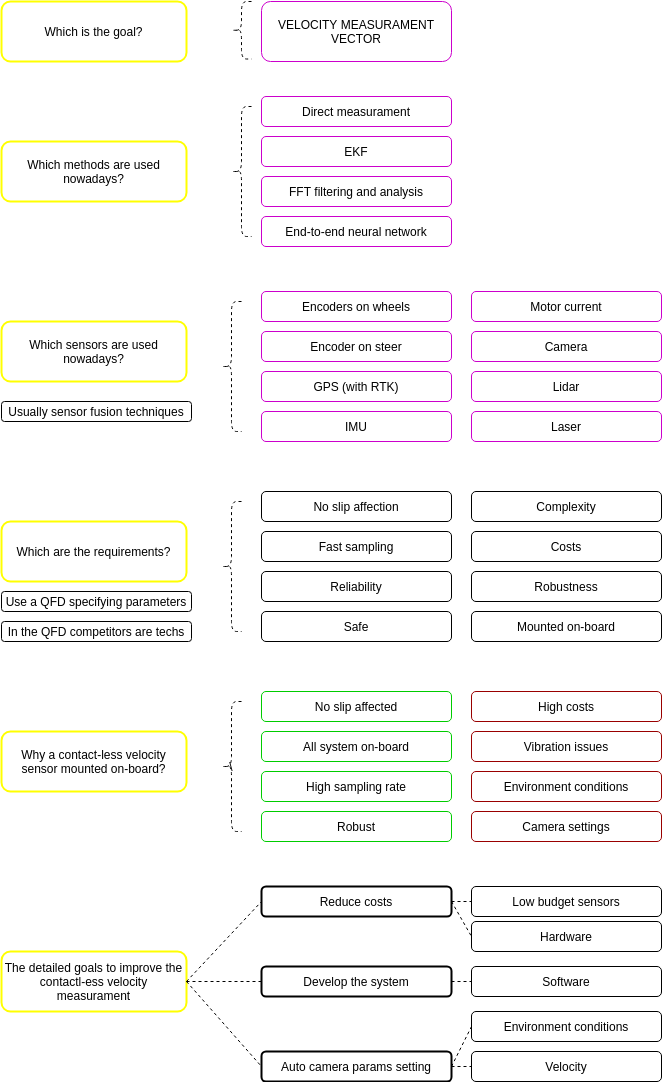
The draw.io diagram flow.png in MatteoSpadetto/race_dv_velocity, before a commit. Source tidied: cells renumbered, new cells last; positions are measured from the earlier drawing's top-left corner, leaving out a move shared by most shapes.
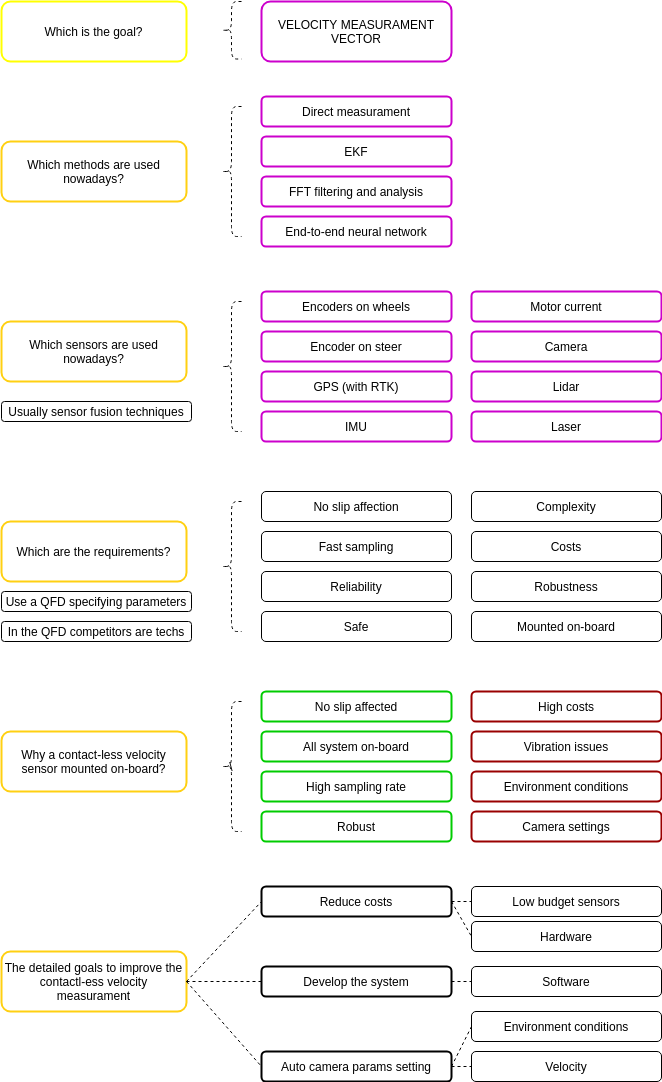
After the change.

The edit, as a diff of the source:
```diff
@@ -5,55 +5,55 @@
     <mxCell id="2" value="Which is the goal?" style="whiteSpace=wrap;html=1;rounded=1;strokeColor=#FFFF00;strokeWidth=2;" parent="1" vertex="1">
       <mxGeometry width="185" height="60" as="geometry" />
     </mxCell>
-    <mxCell id="3" value="Which methods are used nowadays?" style="whiteSpace=wrap;html=1;rounded=1;strokeColor=#FFFF00;strokeWidth=2;" parent="1" vertex="1">
+    <mxCell id="3" value="Which methods are used nowadays?" style="whiteSpace=wrap;html=1;rounded=1;strokeWidth=2;strokeColor=#FFD012;" parent="1" vertex="1">
       <mxGeometry y="140" width="185" height="60" as="geometry" />
     </mxCell>
-    <mxCell id="4" value="VELOCITY MEASURAMENT VECTOR" style="whiteSpace=wrap;html=1;rounded=1;strokeColor=#CC00CC;" parent="1" vertex="1">
+    <mxCell id="4" value="VELOCITY MEASURAMENT VECTOR" style="whiteSpace=wrap;html=1;rounded=1;strokeColor=#CC00CC;strokeWidth=2;" parent="1" vertex="1">
       <mxGeometry x="260" width="190" height="60" as="geometry" />
     </mxCell>
-    <mxCell id="5" value="Encoders on wheels" style="whiteSpace=wrap;html=1;rounded=1;strokeColor=#CC00CC;" parent="1" vertex="1">
+    <mxCell id="5" value="Encoders on wheels" style="whiteSpace=wrap;html=1;rounded=1;strokeColor=#CC00CC;strokeWidth=2;" parent="1" vertex="1">
       <mxGeometry x="260" y="290" width="190" height="30" as="geometry" />
     </mxCell>
-    <mxCell id="6" value="GPS (with RTK)" style="whiteSpace=wrap;html=1;rounded=1;strokeColor=#CC00CC;" parent="1" vertex="1">
+    <mxCell id="6" value="GPS (with RTK)" style="whiteSpace=wrap;html=1;rounded=1;strokeColor=#CC00CC;strokeWidth=2;" parent="1" vertex="1">
       <mxGeometry x="260" y="370" width="190" height="30" as="geometry" />
     </mxCell>
-    <mxCell id="7" value="EKF" style="whiteSpace=wrap;html=1;rounded=1;strokeColor=#CC00CC;" parent="1" vertex="1">
+    <mxCell id="7" value="EKF" style="whiteSpace=wrap;html=1;rounded=1;strokeColor=#CC00CC;strokeWidth=2;" parent="1" vertex="1">
       <mxGeometry x="260" y="135" width="190" height="30" as="geometry" />
     </mxCell>
-    <mxCell id="8" value="End-to-end neural network" style="whiteSpace=wrap;html=1;rounded=1;strokeColor=#CC00CC;" parent="1" vertex="1">
+    <mxCell id="8" value="End-to-end neural network" style="whiteSpace=wrap;html=1;rounded=1;strokeColor=#CC00CC;strokeWidth=2;" parent="1" vertex="1">
       <mxGeometry x="260" y="215" width="190" height="30" as="geometry" />
     </mxCell>
-    <mxCell id="9" value="Direct measurament" style="whiteSpace=wrap;html=1;rounded=1;strokeColor=#CC00CC;" parent="1" vertex="1">
+    <mxCell id="9" value="Direct measurament" style="whiteSpace=wrap;html=1;rounded=1;strokeColor=#CC00CC;strokeWidth=2;" parent="1" vertex="1">
       <mxGeometry x="260" y="95" width="190" height="30" as="geometry" />
     </mxCell>
-    <mxCell id="10" value="Which sensors are used nowadays?" style="whiteSpace=wrap;html=1;rounded=1;strokeColor=#FFFF00;strokeWidth=2;" parent="1" vertex="1">
+    <mxCell id="10" value="Which sensors are used nowadays?" style="whiteSpace=wrap;html=1;rounded=1;strokeWidth=2;strokeColor=#FFD012;" parent="1" vertex="1">
       <mxGeometry y="320" width="185" height="60" as="geometry" />
     </mxCell>
-    <mxCell id="11" value="FFT filtering and analysis" style="whiteSpace=wrap;html=1;rounded=1;strokeColor=#CC00CC;" parent="1" vertex="1">
+    <mxCell id="11" value="FFT filtering and analysis" style="whiteSpace=wrap;html=1;rounded=1;strokeColor=#CC00CC;strokeWidth=2;" parent="1" vertex="1">
       <mxGeometry x="260" y="175" width="190" height="30" as="geometry" />
     </mxCell>
-    <mxCell id="12" value="Laser" style="whiteSpace=wrap;html=1;rounded=1;strokeColor=#CC00CC;" parent="1" vertex="1">
+    <mxCell id="12" value="Laser" style="whiteSpace=wrap;html=1;rounded=1;strokeColor=#CC00CC;strokeWidth=2;" parent="1" vertex="1">
       <mxGeometry x="470" y="410" width="190" height="30" as="geometry" />
     </mxCell>
-    <mxCell id="13" value="IMU" style="whiteSpace=wrap;html=1;rounded=1;strokeColor=#CC00CC;" parent="1" vertex="1">
+    <mxCell id="13" value="IMU" style="whiteSpace=wrap;html=1;rounded=1;strokeColor=#CC00CC;strokeWidth=2;" parent="1" vertex="1">
       <mxGeometry x="260" y="410" width="190" height="30" as="geometry" />
     </mxCell>
-    <mxCell id="14" value="Motor current" style="whiteSpace=wrap;html=1;rounded=1;strokeColor=#CC00CC;" parent="1" vertex="1">
+    <mxCell id="14" value="Motor current" style="whiteSpace=wrap;html=1;rounded=1;strokeColor=#CC00CC;strokeWidth=2;" parent="1" vertex="1">
       <mxGeometry x="470" y="290" width="190" height="30" as="geometry" />
     </mxCell>
     <mxCell id="15" value="Usually sensor fusion techniques" style="whiteSpace=wrap;html=1;rounded=1;" parent="1" vertex="1">
       <mxGeometry y="400" width="190" height="20" as="geometry" />
     </mxCell>
-    <mxCell id="16" value="Camera" style="whiteSpace=wrap;html=1;rounded=1;strokeColor=#CC00CC;" parent="1" vertex="1">
+    <mxCell id="16" value="Camera" style="whiteSpace=wrap;html=1;rounded=1;strokeColor=#CC00CC;strokeWidth=2;" parent="1" vertex="1">
       <mxGeometry x="470" y="330" width="190" height="30" as="geometry" />
     </mxCell>
-    <mxCell id="17" value="Lidar" style="whiteSpace=wrap;html=1;rounded=1;strokeColor=#CC00CC;" parent="1" vertex="1">
+    <mxCell id="17" value="Lidar" style="whiteSpace=wrap;html=1;rounded=1;strokeColor=#CC00CC;strokeWidth=2;" parent="1" vertex="1">
       <mxGeometry x="470" y="370" width="190" height="30" as="geometry" />
     </mxCell>
-    <mxCell id="18" value="Encoder on steer" style="whiteSpace=wrap;html=1;rounded=1;strokeColor=#CC00CC;" parent="1" vertex="1">
+    <mxCell id="18" value="Encoder on steer" style="whiteSpace=wrap;html=1;rounded=1;strokeColor=#CC00CC;strokeWidth=2;" parent="1" vertex="1">
       <mxGeometry x="260" y="330" width="190" height="30" as="geometry" />
     </mxCell>
-    <mxCell id="19" value="Which are the requirements?" style="whiteSpace=wrap;html=1;rounded=1;strokeColor=#FFFF00;strokeWidth=2;" parent="1" vertex="1">
+    <mxCell id="19" value="Which are the requirements?" style="whiteSpace=wrap;html=1;rounded=1;strokeWidth=2;strokeColor=#FFD012;" parent="1" vertex="1">
       <mxGeometry y="520" width="185" height="60" as="geometry" />
     </mxCell>
     <mxCell id="20" value="Use a QFD specifying parameters" style="whiteSpace=wrap;html=1;rounded=1;" parent="1" vertex="1">
@@ -86,34 +86,34 @@
     <mxCell id="29" value="Fast sampling" style="whiteSpace=wrap;html=1;rounded=1;" parent="1" vertex="1">
       <mxGeometry x="260" y="530" width="190" height="30" as="geometry" />
     </mxCell>
-    <mxCell id="30" value="Why a contact-less velocity sensor mounted on-board?" style="whiteSpace=wrap;html=1;rounded=1;strokeColor=#FFFF00;strokeWidth=2;" parent="1" vertex="1">
+    <mxCell id="30" value="Why a contact-less velocity sensor mounted on-board?" style="whiteSpace=wrap;html=1;rounded=1;strokeWidth=2;strokeColor=#FFD012;" parent="1" vertex="1">
       <mxGeometry y="730" width="185" height="60" as="geometry" />
     </mxCell>
-    <mxCell id="31" value="No slip affected" style="whiteSpace=wrap;html=1;rounded=1;strokeColor=#00CC00;" parent="1" vertex="1">
+    <mxCell id="31" value="No slip affected" style="whiteSpace=wrap;html=1;rounded=1;strokeColor=#00CC00;strokeWidth=2;" parent="1" vertex="1">
       <mxGeometry x="260" y="690" width="190" height="30" as="geometry" />
     </mxCell>
-    <mxCell id="32" value="High sampling rate" style="whiteSpace=wrap;html=1;rounded=1;strokeColor=#00CC00;" parent="1" vertex="1">
+    <mxCell id="32" value="High sampling rate" style="whiteSpace=wrap;html=1;rounded=1;strokeColor=#00CC00;strokeWidth=2;" parent="1" vertex="1">
       <mxGeometry x="260" y="770" width="190" height="30" as="geometry" />
     </mxCell>
-    <mxCell id="33" value="Robust" style="whiteSpace=wrap;html=1;rounded=1;strokeColor=#00CC00;" parent="1" vertex="1">
+    <mxCell id="33" value="Robust" style="whiteSpace=wrap;html=1;rounded=1;strokeColor=#00CC00;strokeWidth=2;" parent="1" vertex="1">
       <mxGeometry x="260" y="810" width="190" height="30" as="geometry" />
     </mxCell>
-    <mxCell id="34" value="All system on-board" style="whiteSpace=wrap;html=1;rounded=1;strokeColor=#00CC00;" parent="1" vertex="1">
+    <mxCell id="34" value="All system on-board" style="whiteSpace=wrap;html=1;rounded=1;strokeColor=#00CC00;strokeWidth=2;" parent="1" vertex="1">
       <mxGeometry x="260" y="730" width="190" height="30" as="geometry" />
     </mxCell>
-    <mxCell id="35" value="High costs" style="whiteSpace=wrap;html=1;rounded=1;strokeColor=#990000;" parent="1" vertex="1">
+    <mxCell id="35" value="High costs" style="whiteSpace=wrap;html=1;rounded=1;strokeColor=#990000;strokeWidth=2;" parent="1" vertex="1">
       <mxGeometry x="470" y="690" width="190" height="30" as="geometry" />
     </mxCell>
-    <mxCell id="36" value="Environment conditions" style="whiteSpace=wrap;html=1;rounded=1;strokeColor=#990000;" parent="1" vertex="1">
+    <mxCell id="36" value="Environment conditions" style="whiteSpace=wrap;html=1;rounded=1;strokeColor=#990000;strokeWidth=2;" parent="1" vertex="1">
       <mxGeometry x="470" y="770" width="190" height="30" as="geometry" />
     </mxCell>
-    <mxCell id="37" value="Camera settings" style="whiteSpace=wrap;html=1;rounded=1;strokeColor=#990000;" parent="1" vertex="1">
+    <mxCell id="37" value="Camera settings" style="whiteSpace=wrap;html=1;rounded=1;strokeColor=#990000;strokeWidth=2;" parent="1" vertex="1">
       <mxGeometry x="470" y="810" width="190" height="30" as="geometry" />
     </mxCell>
-    <mxCell id="38" value="Vibration issues" style="whiteSpace=wrap;html=1;rounded=1;strokeColor=#990000;" parent="1" vertex="1">
+    <mxCell id="38" value="Vibration issues" style="whiteSpace=wrap;html=1;rounded=1;strokeColor=#990000;strokeWidth=2;" parent="1" vertex="1">
       <mxGeometry x="470" y="730" width="190" height="30" as="geometry" />
     </mxCell>
-    <mxCell id="39" value="The detailed goals to improve the contactl-ess velocity measurament" style="whiteSpace=wrap;html=1;rounded=1;strokeColor=#FFFF00;strokeWidth=2;" parent="1" vertex="1">
+    <mxCell id="39" value="The detailed goals to improve the contactl-ess velocity measurament" style="whiteSpace=wrap;html=1;rounded=1;strokeWidth=2;strokeColor=#FFD012;" parent="1" vertex="1">
       <mxGeometry y="950" width="185" height="60" as="geometry" />
     </mxCell>
     <mxCell id="40" value="Reduce costs" style="whiteSpace=wrap;html=1;rounded=1;strokeWidth=2;" parent="1" vertex="1">
@@ -174,10 +174,10 @@
       <mxGeometry x="220" y="300" width="20" height="130" as="geometry" />
     </mxCell>
     <mxCell id="59" style="shape=curlyBracket;whiteSpace=wrap;html=1;rounded=1;strokeWidth=1;dashed=1;strokeColor=#000000;" parent="1" vertex="1">
-      <mxGeometry x="230" y="105" width="20" height="130" as="geometry" />
+      <mxGeometry x="220" y="105" width="20" height="130" as="geometry" />
     </mxCell>
     <mxCell id="60" style="shape=curlyBracket;whiteSpace=wrap;html=1;rounded=1;strokeWidth=1;dashed=1;strokeColor=#000000;" parent="1" vertex="1">
-      <mxGeometry x="230" width="20" height="57.5" as="geometry" />
+      <mxGeometry x="220" width="20" height="57.5" as="geometry" />
     </mxCell>
   </root>
 </mxGraphModel>
```
